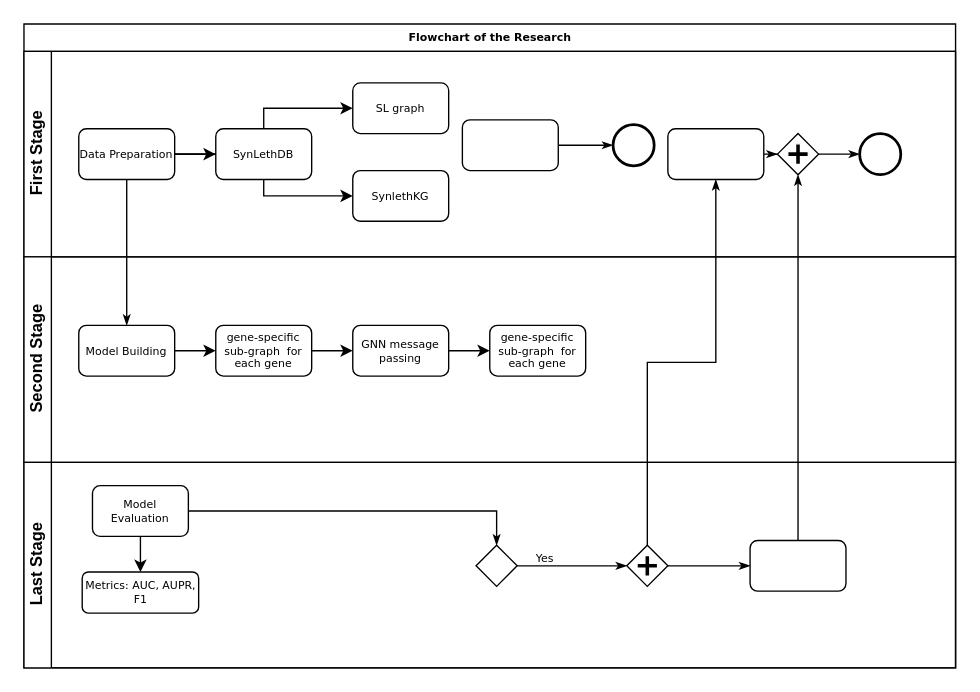
The draw.io diagram Untitled Diagram.drawio in liyy2/artificial-intelligence, before the edit. Source tidied: cells renumbered, new cells numbered last; positions are measured from the earlier drawing's top-left corner, leaving out a move shared by most shapes. Both pictures are drawn from the tidied source at 137%, with x=0, y=0 at pixel (23, 23).
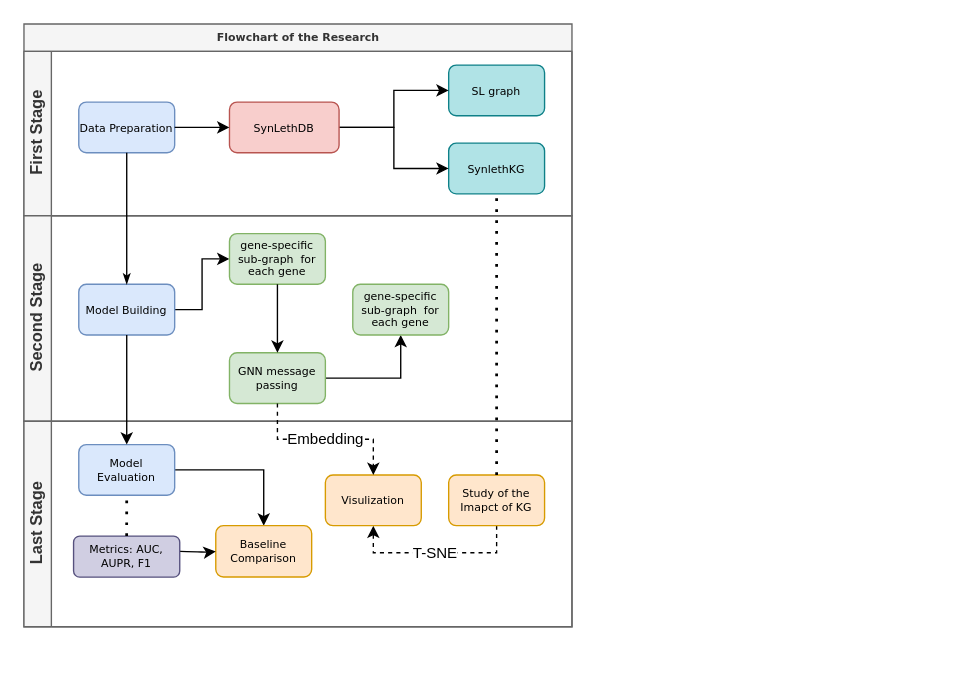
After the change.

The edit, as a diff of the source:
```diff
@@
-    <mxCell id="2" value="Flowchart of the Research" style="swimlane;html=1;horizontal=1;startSize=20;rounded=0;shadow=0;labelBackgroundColor=none;strokeWidth=1;fontFamily=Verdana;fontSize=8;align=center;" parent="1" vertex="1">
-      <mxGeometry width="680" height="470" as="geometry" />
+    <mxCell id="2" value="Flowchart of the Research" style="swimlane;html=1;horizontal=1;startSize=20;rounded=0;shadow=0;labelBackgroundColor=none;strokeWidth=1;fontFamily=Verdana;fontSize=8;align=center;fillColor=#f5f5f5;strokeColor=#666666;fontColor=#333333;" parent="1" vertex="1">
+      <mxGeometry width="400" height="440" as="geometry" />
     </mxCell>
-    <mxCell id="3" value="First Stage&lt;br&gt;" style="swimlane;html=1;startSize=20;horizontal=0;" parent="2" vertex="1">
-      <mxGeometry y="20" width="680" height="150" as="geometry" />
+    <mxCell id="3" value="First Stage&lt;br&gt;" style="swimlane;html=1;startSize=20;horizontal=0;fillColor=#f5f5f5;strokeColor=#666666;rounded=0;fontColor=#333333;" parent="2" vertex="1">
+      <mxGeometry y="20" width="400" height="120" as="geometry" />
     </mxCell>
-    <mxCell id="4" value="Data Preparation" style="rounded=1;whiteSpace=wrap;html=1;shadow=0;labelBackgroundColor=none;strokeWidth=1;fontFamily=Verdana;fontSize=8;align=center;" parent="3" vertex="1">
-      <mxGeometry x="40" y="56.5" width="70" height="37" as="geometry" />
+    <mxCell id="4" value="Data Preparation" style="rounded=1;whiteSpace=wrap;html=1;shadow=0;labelBackgroundColor=none;strokeWidth=1;fontFamily=Verdana;fontSize=8;align=center;fillColor=#dae8fc;strokeColor=#6c8ebf;" parent="3" vertex="1">
+      <mxGeometry x="40" y="37" width="70" height="37" as="geometry" />
     </mxCell>
-    <mxCell id="5" style="edgeStyle=orthogonalEdgeStyle;rounded=0;html=1;labelBackgroundColor=none;startArrow=none;startFill=0;startSize=5;endArrow=classicThin;endFill=1;endSize=5;jettySize=auto;strokeWidth=1;fontFamily=Verdana;fontSize=8;" parent="3" edge="1" source="6" target="7">
-      <mxGeometry relative="1" as="geometry" />
-    </mxCell>
-    <mxCell id="6" style="rounded=1;whiteSpace=wrap;html=1;shadow=0;labelBackgroundColor=none;strokeWidth=1;fontFamily=Verdana;fontSize=8;align=center;" parent="3" vertex="1">
-      <mxGeometry x="320" y="50" width="70" height="37" as="geometry" />
-    </mxCell>
-    <mxCell id="7" style="ellipse;whiteSpace=wrap;html=1;rounded=0;shadow=0;labelBackgroundColor=none;strokeWidth=2;fontFamily=Verdana;fontSize=8;align=center;" parent="3" vertex="1">
-      <mxGeometry x="430" y="53.5" width="30" height="30" as="geometry" />
-    </mxCell>
-    <mxCell id="8" style="edgeStyle=orthogonalEdgeStyle;rounded=0;html=1;entryX=0;entryY=0.5;labelBackgroundColor=none;startArrow=none;startFill=0;startSize=5;endArrow=classicThin;endFill=1;endSize=5;jettySize=auto;strokeWidth=1;fontFamily=Verdana;fontSize=8;" parent="3" edge="1" source="9" target="11">
-      <mxGeometry relative="1" as="geometry" />
-    </mxCell>
-    <mxCell id="9" style="rounded=1;whiteSpace=wrap;html=1;shadow=0;labelBackgroundColor=none;strokeWidth=1;fontFamily=Verdana;fontSize=8;align=center;" parent="3" vertex="1">
-      <mxGeometry x="470" y="56.5" width="70" height="37" as="geometry" />
-    </mxCell>
-    <mxCell id="10" style="edgeStyle=orthogonalEdgeStyle;rounded=0;html=1;labelBackgroundColor=none;startArrow=none;startFill=0;startSize=5;endArrow=classicThin;endFill=1;endSize=5;jettySize=auto;strokeWidth=1;fontFamily=Verdana;fontSize=8;" parent="3" edge="1" source="11" target="12">
-      <mxGeometry relative="1" as="geometry" />
-    </mxCell>
-    <mxCell id="11" style="shape=mxgraph.bpmn.shape;html=1;verticalLabelPosition=bottom;labelBackgroundColor=#ffffff;verticalAlign=top;perimeter=rhombusPerimeter;background=gateway;outline=none;symbol=parallelGw;rounded=1;shadow=0;strokeWidth=1;fontFamily=Verdana;fontSize=8;align=center;" parent="3" vertex="1">
-      <mxGeometry x="550" y="60" width="30" height="30" as="geometry" />
-    </mxCell>
-    <mxCell id="12" style="ellipse;whiteSpace=wrap;html=1;rounded=0;shadow=0;labelBackgroundColor=none;strokeWidth=2;fontFamily=Verdana;fontSize=8;align=center;" parent="3" vertex="1">
-      <mxGeometry x="610" y="60" width="30" height="30" as="geometry" />
-    </mxCell>
-    <mxCell id="13" value="SL graph" style="rounded=1;whiteSpace=wrap;html=1;shadow=0;labelBackgroundColor=none;strokeWidth=1;fontFamily=Verdana;fontSize=8;align=center;" parent="3" vertex="1">
-      <mxGeometry x="240" y="23" width="70" height="37" as="geometry" />
+    <mxCell id="13" value="SL graph" style="rounded=1;whiteSpace=wrap;html=1;shadow=0;labelBackgroundColor=none;strokeWidth=1;fontFamily=Verdana;fontSize=8;align=center;fillColor=#b0e3e6;strokeColor=#0e8088;" parent="3" vertex="1">
+      <mxGeometry x="310" y="10" width="70" height="37" as="geometry" />
     </mxCell>
-    <mxCell id="14" style="edgeStyle=orthogonalEdgeStyle;rounded=0;jettySize=auto;html=1;" parent="3" edge="1" source="4" target="13">
-      <mxGeometry relative="1" as="geometry" />
-    </mxCell>
-    <mxCell id="15" value="SynlethKG" style="rounded=1;whiteSpace=wrap;html=1;shadow=0;labelBackgroundColor=none;strokeWidth=1;fontFamily=Verdana;fontSize=8;align=center;" parent="3" vertex="1">
-      <mxGeometry x="240" y="87" width="70" height="37" as="geometry" />
+    <mxCell id="15" value="SynlethKG" style="rounded=1;whiteSpace=wrap;html=1;shadow=0;labelBackgroundColor=none;strokeWidth=1;fontFamily=Verdana;fontSize=8;align=center;fillColor=#b0e3e6;strokeColor=#0e8088;" parent="3" vertex="1">
+      <mxGeometry x="310" y="67" width="70" height="37" as="geometry" />
     </mxCell>
-    <mxCell id="16" style="edgeStyle=orthogonalEdgeStyle;rounded=0;jettySize=auto;html=1;" parent="3" edge="1" source="4" target="15">
-      <mxGeometry relative="1" as="geometry" />
-    </mxCell>
+    <mxCell id="40" style="edgeStyle=orthogonalEdgeStyle;rounded=0;jettySize=auto;html=1;exitX=1;exitY=0.5;exitDx=0;exitDy=0;entryX=0;entryY=0.5;entryDx=0;entryDy=0;" parent="3" edge="1" source="17" target="15">
+      <mxGeometry relative="1" as="geometry" />
+    </mxCell>
+    <mxCell id="41" style="edgeStyle=orthogonalEdgeStyle;rounded=0;jettySize=auto;html=1;exitX=1;exitY=0.5;exitDx=0;exitDy=0;entryX=0;entryY=0.5;entryDx=0;entryDy=0;" parent="3" edge="1" source="17" target="13">
+      <mxGeometry relative="1" as="geometry" />
+    </mxCell>
-    <mxCell id="17" value="SynLethDB" style="rounded=1;whiteSpace=wrap;html=1;shadow=0;labelBackgroundColor=none;strokeWidth=1;fontFamily=Verdana;fontSize=8;align=center;" parent="3" vertex="1">
-      <mxGeometry x="140" y="56.5" width="70" height="37" as="geometry" />
+    <mxCell id="17" value="SynLethDB" style="rounded=1;whiteSpace=wrap;html=1;shadow=0;labelBackgroundColor=none;strokeWidth=1;fontFamily=Verdana;fontSize=8;align=center;fillColor=#f8cecc;strokeColor=#b85450;" parent="3" vertex="1">
+      <mxGeometry x="150" y="37" width="80" height="37" as="geometry" />
     </mxCell>
@@
-    <mxCell id="19" value="Second Stage" style="swimlane;html=1;startSize=20;horizontal=0;" parent="2" vertex="1">
-      <mxGeometry y="170" width="680" height="150" as="geometry" />
+    <mxCell id="19" value="Second Stage" style="swimlane;html=1;startSize=20;horizontal=0;fillColor=#f5f5f5;strokeColor=#666666;fontColor=#333333;" parent="2" vertex="1">
+      <mxGeometry y="140" width="400" height="150" as="geometry" />
     </mxCell>
+    <mxCell id="22" style="edgeStyle=orthogonalEdgeStyle;rounded=0;jettySize=auto;html=1;exitX=1;exitY=0.5;exitDx=0;exitDy=0;entryX=0;entryY=0.5;entryDx=0;entryDy=0;" parent="19" edge="1" source="20" target="21">
+      <mxGeometry relative="1" as="geometry" />
+    </mxCell>
-    <mxCell id="20" value="Model Building" style="rounded=1;whiteSpace=wrap;html=1;shadow=0;labelBackgroundColor=none;strokeWidth=1;fontFamily=Verdana;fontSize=8;align=center;" parent="19" vertex="1">
+    <mxCell id="20" value="Model Building" style="rounded=1;whiteSpace=wrap;html=1;shadow=0;labelBackgroundColor=none;strokeWidth=1;fontFamily=Verdana;fontSize=8;align=center;fillColor=#dae8fc;strokeColor=#6c8ebf;" parent="19" vertex="1">
       <mxGeometry x="40" y="50" width="70" height="37" as="geometry" />
     </mxCell>
-    <mxCell id="21" value="gene-speciﬁc sub-graph &amp;nbsp;for each gene" style="rounded=1;whiteSpace=wrap;html=1;shadow=0;labelBackgroundColor=none;strokeWidth=1;fontFamily=Verdana;fontSize=8;align=center;" parent="19" vertex="1">
-      <mxGeometry x="140" y="50" width="70" height="37" as="geometry" />
+    <mxCell id="21" value="gene-speciﬁc sub-graph &amp;nbsp;for each gene" style="rounded=1;whiteSpace=wrap;html=1;shadow=0;labelBackgroundColor=none;strokeWidth=1;fontFamily=Verdana;fontSize=8;align=center;fillColor=#d5e8d4;strokeColor=#82b366;" parent="19" vertex="1">
+      <mxGeometry x="150" y="13" width="70" height="37" as="geometry" />
     </mxCell>
-    <mxCell id="22" style="edgeStyle=orthogonalEdgeStyle;rounded=0;jettySize=auto;html=1;" parent="19" edge="1" source="20" target="21">
-      <mxGeometry relative="1" as="geometry" />
-    </mxCell>
+    <mxCell id="26" style="edgeStyle=orthogonalEdgeStyle;rounded=0;jettySize=auto;html=1;exitX=1;exitY=0.5;exitDx=0;exitDy=0;entryX=0.5;entryY=1;entryDx=0;entryDy=0;" parent="19" edge="1" source="23" target="25">
+      <mxGeometry relative="1" as="geometry" />
+    </mxCell>
-    <mxCell id="23" value="GNN message passing" style="rounded=1;whiteSpace=wrap;html=1;shadow=0;labelBackgroundColor=none;strokeWidth=1;fontFamily=Verdana;fontSize=8;align=center;" parent="19" vertex="1">
-      <mxGeometry x="240" y="50" width="70" height="37" as="geometry" />
+    <mxCell id="23" value="GNN message passing" style="rounded=1;whiteSpace=wrap;html=1;shadow=0;labelBackgroundColor=none;strokeWidth=1;fontFamily=Verdana;fontSize=8;align=center;fillColor=#d5e8d4;strokeColor=#82b366;" parent="19" vertex="1">
+      <mxGeometry x="150" y="100" width="70" height="37" as="geometry" />
     </mxCell>
@@
-    <mxCell id="25" value="gene-speciﬁc sub-graph &amp;nbsp;for each gene" style="rounded=1;whiteSpace=wrap;html=1;shadow=0;labelBackgroundColor=none;strokeWidth=1;fontFamily=Verdana;fontSize=8;align=center;" parent="19" vertex="1">
-      <mxGeometry x="340" y="50" width="70" height="37" as="geometry" />
+    <mxCell id="25" value="gene-speciﬁc sub-graph &amp;nbsp;for each gene" style="rounded=1;whiteSpace=wrap;html=1;shadow=0;labelBackgroundColor=none;strokeWidth=1;fontFamily=Verdana;fontSize=8;align=center;fillColor=#d5e8d4;strokeColor=#82b366;" parent="19" vertex="1">
+      <mxGeometry x="240" y="50" width="70" height="37" as="geometry" />
     </mxCell>
-    <mxCell id="26" style="edgeStyle=orthogonalEdgeStyle;rounded=0;jettySize=auto;html=1;" parent="19" edge="1" source="23" target="25">
-      <mxGeometry relative="1" as="geometry" />
-    </mxCell>
-    <mxCell id="27" value="Last Stage" style="swimlane;html=1;startSize=20;horizontal=0;" parent="2" vertex="1">
-      <mxGeometry y="320" width="680" height="150" as="geometry" />
+    <mxCell id="27" value="Last Stage" style="swimlane;html=1;startSize=20;horizontal=0;fillColor=#f5f5f5;strokeColor=#666666;fontColor=#333333;" parent="2" vertex="1">
+      <mxGeometry y="290" width="400" height="150" as="geometry" />
     </mxCell>
-    <mxCell id="28" style="edgeStyle=orthogonalEdgeStyle;rounded=0;html=1;labelBackgroundColor=none;startArrow=none;startFill=0;startSize=5;endArrow=classicThin;endFill=1;endSize=5;jettySize=auto;strokeWidth=1;fontFamily=Verdana;fontSize=8;" parent="27" edge="1" source="30" target="32">
-      <mxGeometry relative="1" as="geometry" />
-    </mxCell>
-    <mxCell id="29" style="edgeStyle=orthogonalEdgeStyle;rounded=0;jettySize=auto;html=1;" parent="27" edge="1" source="30" target="36">
-      <mxGeometry relative="1" as="geometry" />
-    </mxCell>
+    <mxCell id="42" style="edgeStyle=orthogonalEdgeStyle;rounded=0;jettySize=auto;html=1;exitX=1;exitY=0.5;exitDx=0;exitDy=0;entryX=0.5;entryY=0;entryDx=0;entryDy=0;" parent="27" edge="1" source="30" target="43">
+      <mxGeometry relative="1" as="geometry" />
+    </mxCell>
-    <mxCell id="30" value="Model Evaluation" style="rounded=1;whiteSpace=wrap;html=1;shadow=0;labelBackgroundColor=none;strokeWidth=1;fontFamily=Verdana;fontSize=8;align=center;" parent="27" vertex="1">
-      <mxGeometry x="50" y="17" width="70" height="37" as="geometry" />
+    <mxCell id="30" value="Model Evaluation" style="rounded=1;whiteSpace=wrap;html=1;shadow=0;labelBackgroundColor=none;strokeWidth=1;fontFamily=Verdana;fontSize=8;align=center;fillColor=#dae8fc;strokeColor=#6c8ebf;" parent="27" vertex="1">
+      <mxGeometry x="40" y="17" width="70" height="37" as="geometry" />
     </mxCell>
-    <mxCell id="31" value="Yes" style="edgeStyle=orthogonalEdgeStyle;rounded=0;html=1;entryX=0;entryY=0.5;labelBackgroundColor=none;startArrow=none;startFill=0;startSize=5;endArrow=classicThin;endFill=1;endSize=5;jettySize=auto;strokeWidth=1;fontFamily=Verdana;fontSize=8;" parent="27" edge="1" source="32" target="34">
-      <mxGeometry x="-0.5" y="6" relative="1" as="geometry" />
-    </mxCell>
-    <mxCell id="32" style="strokeWidth=1;html=1;shape=mxgraph.flowchart.decision;whiteSpace=wrap;rounded=1;shadow=0;labelBackgroundColor=none;fontFamily=Verdana;fontSize=8;align=center;" parent="27" vertex="1">
-      <mxGeometry x="330" y="60.5" width="30" height="30" as="geometry" />
-    </mxCell>
-    <mxCell id="33" style="edgeStyle=orthogonalEdgeStyle;rounded=0;html=1;labelBackgroundColor=none;startArrow=none;startFill=0;startSize=5;endArrow=classicThin;endFill=1;endSize=5;jettySize=auto;strokeColor=#000000;strokeWidth=1;fontFamily=Verdana;fontSize=8;fontColor=#000000;" parent="27" edge="1" source="34" target="35">
-      <mxGeometry relative="1" as="geometry" />
-    </mxCell>
-    <mxCell id="34" style="shape=mxgraph.bpmn.shape;html=1;verticalLabelPosition=bottom;labelBackgroundColor=#ffffff;verticalAlign=top;perimeter=rhombusPerimeter;background=gateway;outline=none;symbol=parallelGw;rounded=1;shadow=0;strokeWidth=1;fontFamily=Verdana;fontSize=8;align=center;" parent="27" vertex="1">
-      <mxGeometry x="440" y="60.5" width="30" height="30" as="geometry" />
-    </mxCell>
-    <mxCell id="35" style="rounded=1;whiteSpace=wrap;html=1;shadow=0;labelBackgroundColor=none;strokeWidth=1;fontFamily=Verdana;fontSize=8;align=center;" parent="27" vertex="1">
-      <mxGeometry x="530" y="57" width="70" height="37" as="geometry" />
-    </mxCell>
-    <mxCell id="36" value="Metrics: AUC, AUPR, F1" style="whiteSpace=wrap;html=1;rounded=1;shadow=0;fontFamily=Verdana;fontSize=8;strokeWidth=1;" parent="27" vertex="1">
-      <mxGeometry x="42.5" y="80" width="85" height="30" as="geometry" />
+    <mxCell id="36" value="Metrics: AUC, AUPR, F1" style="whiteSpace=wrap;html=1;rounded=1;shadow=0;fontFamily=Verdana;fontSize=8;strokeWidth=1;fillColor=#d0cee2;strokeColor=#56517e;" parent="27" vertex="1">
+      <mxGeometry x="36.2" y="83.8" width="77.5" height="30" as="geometry" />
     </mxCell>
+    <mxCell id="43" value="Baseline Comparison" style="whiteSpace=wrap;html=1;rounded=1;shadow=0;fontFamily=Verdana;fontSize=8;strokeWidth=1;fillColor=#ffe6cc;strokeColor=#d79b00;" parent="27" vertex="1">
+      <mxGeometry x="140" y="76.2" width="70" height="37.5" as="geometry" />
+    </mxCell>
+    <mxCell id="44" style="edgeStyle=orthogonalEdgeStyle;curved=1;rounded=0;jettySize=auto;html=1;" parent="27" edge="1" target="43">
+      <mxGeometry relative="1" as="geometry">
+        <mxPoint x="114" y="95" as="sourcePoint" />
+      </mxGeometry>
+    </mxCell>
+    <mxCell id="45" value="T-SNE" style="edgeStyle=orthogonalEdgeStyle;rounded=0;jettySize=auto;html=1;exitX=0.5;exitY=1;exitDx=0;exitDy=0;entryX=0.5;entryY=1;entryDx=0;entryDy=0;dashed=1;strokeColor=#000000;" parent="27" edge="1" source="46" target="47">
+      <mxGeometry relative="1" as="geometry">
+        <Array as="points">
+          <mxPoint x="345" y="96" />
+          <mxPoint x="255" y="96" />
+        </Array>
+      </mxGeometry>
+    </mxCell>
+    <mxCell id="46" value="Study of the Imapct of KG" style="rounded=1;whiteSpace=wrap;html=1;shadow=0;labelBackgroundColor=none;strokeWidth=1;fontFamily=Verdana;fontSize=8;align=center;fillColor=#ffe6cc;strokeColor=#d79b00;" parent="27" vertex="1">
+      <mxGeometry x="310" y="39.2" width="70" height="37" as="geometry" />
+    </mxCell>
+    <mxCell id="47" value="Visulization" style="rounded=1;whiteSpace=wrap;html=1;shadow=0;labelBackgroundColor=none;strokeWidth=1;fontFamily=Verdana;fontSize=8;align=center;fillColor=#ffe6cc;strokeColor=#d79b00;" parent="27" vertex="1">
+      <mxGeometry x="220" y="39.2" width="70" height="37" as="geometry" />
+    </mxCell>
+    <mxCell id="48" style="endArrow=none;dashed=1;html=1;dashPattern=1 3;strokeWidth=2;exitX=0.5;exitY=0;exitDx=0;exitDy=0;entryX=0.5;entryY=1;entryDx=0;entryDy=0;" parent="27" edge="1" source="36" target="30">
+      <mxGeometry relative="1" as="geometry" />
+    </mxCell>
@@
-    <mxCell id="38" style="edgeStyle=orthogonalEdgeStyle;rounded=0;html=1;entryX=0.5;entryY=1;labelBackgroundColor=none;startArrow=none;startFill=0;startSize=5;endArrow=classicThin;endFill=1;endSize=5;jettySize=auto;strokeWidth=1;fontFamily=Verdana;fontSize=8;" parent="2" edge="1" source="35" target="11">
-      <mxGeometry relative="1" as="geometry" />
-    </mxCell>
-    <mxCell id="39" style="edgeStyle=orthogonalEdgeStyle;rounded=0;html=1;labelBackgroundColor=none;startArrow=none;startFill=0;startSize=5;endArrow=classicThin;endFill=1;endSize=5;jettySize=auto;strokeWidth=1;fontFamily=Verdana;fontSize=8;" parent="2" edge="1" source="34" target="9">
-      <mxGeometry relative="1" as="geometry" />
-    </mxCell>
+    <mxCell id="49" style="endArrow=classic;html=1;exitX=0.5;exitY=1;exitDx=0;exitDy=0;entryX=0.5;entryY=0;entryDx=0;entryDy=0;" parent="2" edge="1" source="20" target="30">
+      <mxGeometry relative="1" as="geometry" />
+    </mxCell>
+    <mxCell id="50" style="endArrow=none;dashed=1;html=1;dashPattern=1 3;strokeWidth=2;entryX=0.5;entryY=1;entryDx=0;entryDy=0;exitX=0.5;exitY=0;exitDx=0;exitDy=0;" parent="2" edge="1" source="46" target="15">
+      <mxGeometry relative="1" as="geometry" />
+    </mxCell>
+    <mxCell id="51" value="Embedding" style="edgeStyle=orthogonalEdgeStyle;jettySize=auto;html=1;exitX=0.5;exitY=1;exitDx=0;exitDy=0;entryX=0.5;entryY=0;entryDx=0;entryDy=0;rounded=0;dashed=1;" parent="2" edge="1" source="23" target="47">
+      <mxGeometry relative="1" as="geometry" />
+    </mxCell>
```
